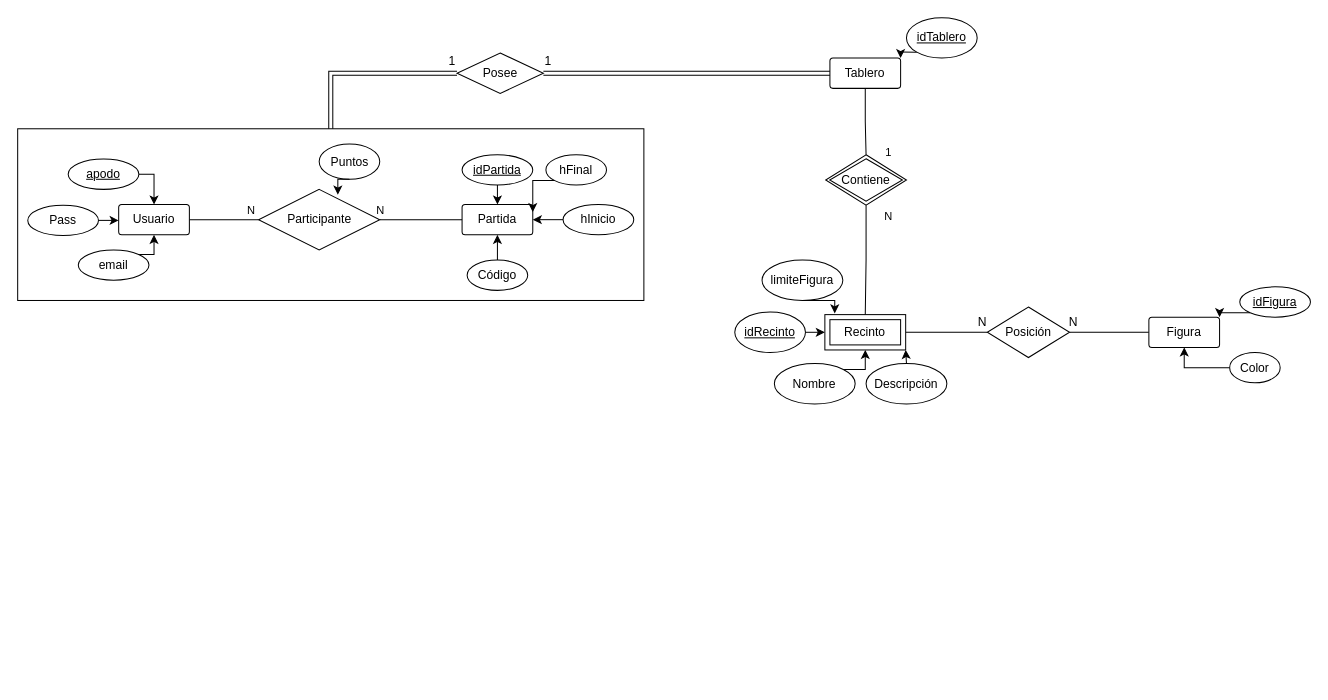
Before: documentacion/Programación Full-Stack/Base de Datos/BaseDatosV1.drawio in BitMateEnterprise/S.I.G.P.D, a draw.io diagram. Source tidied: cells renumbered, new cells numbered last; positions are measured from the earlier drawing's top-left corner, leaving out a move shared by most shapes. Both pictures are drawn from the tidied source at 101%, with x=0, y=0 at pixel (17, 17).
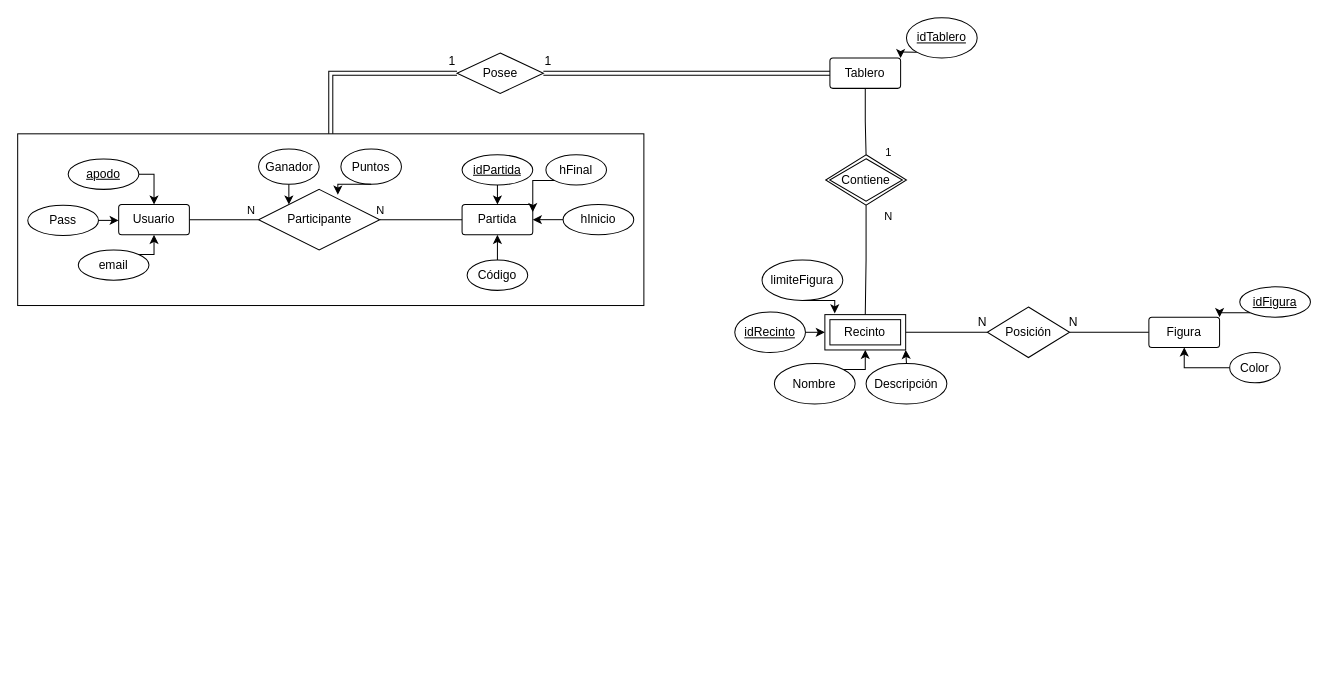
Above is the later version.

The change refers to these unchanged cells:
```xml
<mxCell id="37" value="Participante" style="shape=rhombus;perimeter=rhombusPerimeter;whiteSpace=wrap;html=1;align=center;" parent="1" vertex="1">
  <mxGeometry x="238.5" y="170" width="120" height="60" as="geometry" />
</mxCell>
```

Change to the diagram source:
```diff
@@
     <mxCell id="55" value="Puntos" style="ellipse;whiteSpace=wrap;html=1;align=center;" parent="1" vertex="1">
-      <mxGeometry x="298.5" y="125" width="60" height="35" as="geometry" />
+      <mxGeometry x="320" y="130" width="60" height="35" as="geometry" />
     </mxCell>
     <mxCell id="56" style="rounded=0;whiteSpace=wrap;html=1;glass=0;shadow=0;fillColor=none;" parent="1" vertex="1">
-      <mxGeometry y="110" width="620" height="170" as="geometry" />
+      <mxGeometry y="115" width="620" height="170" as="geometry" />
     </mxCell>
@@
+    <mxCell id="59" style="edgeStyle=orthogonalEdgeStyle;rounded=0;jettySize=auto;html=1;exitX=0.5;exitY=1;exitDx=0;exitDy=0;entryX=0;entryY=0;entryDx=0;entryDy=0;" parent="1" edge="1" source="60" target="37">
+      <mxGeometry relative="1" as="geometry" />
+    </mxCell>
+    <mxCell id="60" value="Ganador" style="ellipse;whiteSpace=wrap;html=1;align=center;" parent="1" vertex="1">
+      <mxGeometry x="238.5" y="130" width="60" height="35" as="geometry" />
+    </mxCell>
```
